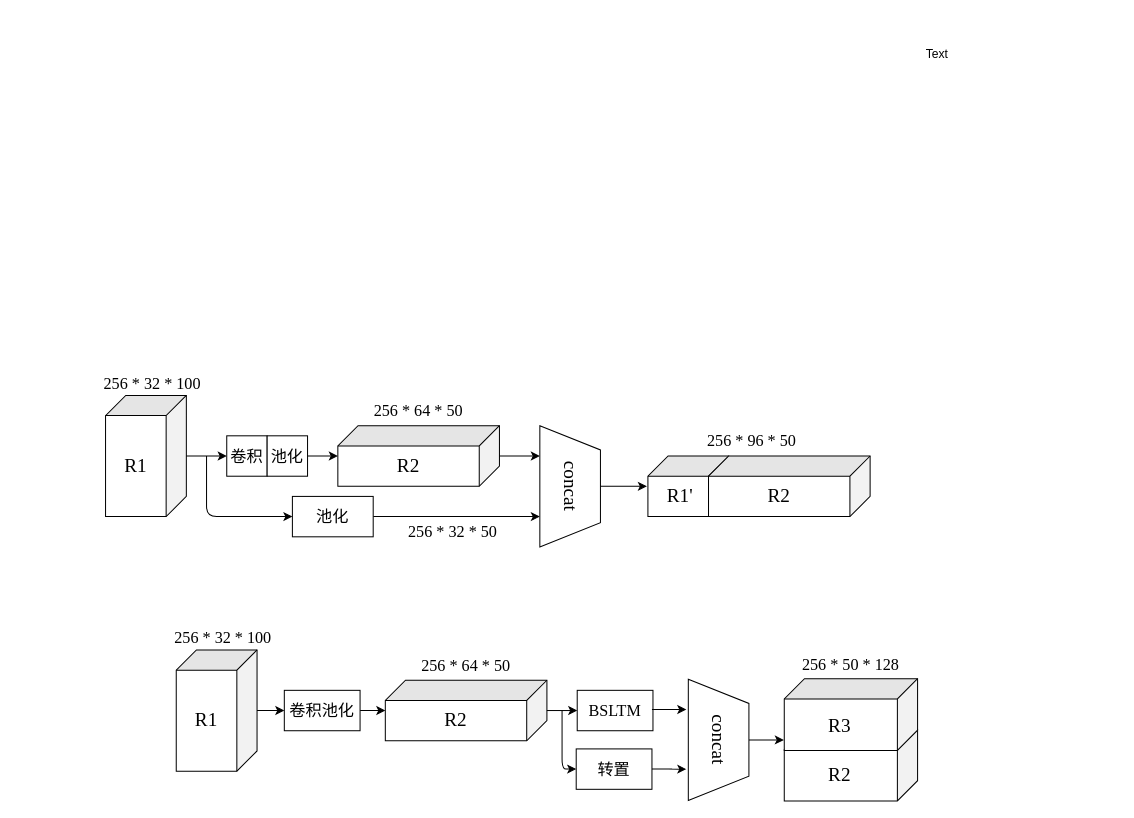
ByronGe/ff keeps this draw.io diagram as 多尺度特征融合.drawio. Above is the earlier version. Source tidied: cells renumbered, new cells numbered last; positions are measured from the earlier drawing's top-left corner, leaving out a move shared by most shapes. Both pictures are drawn from the tidied source at 101%, with x=0, y=0 at pixel (85, 43).
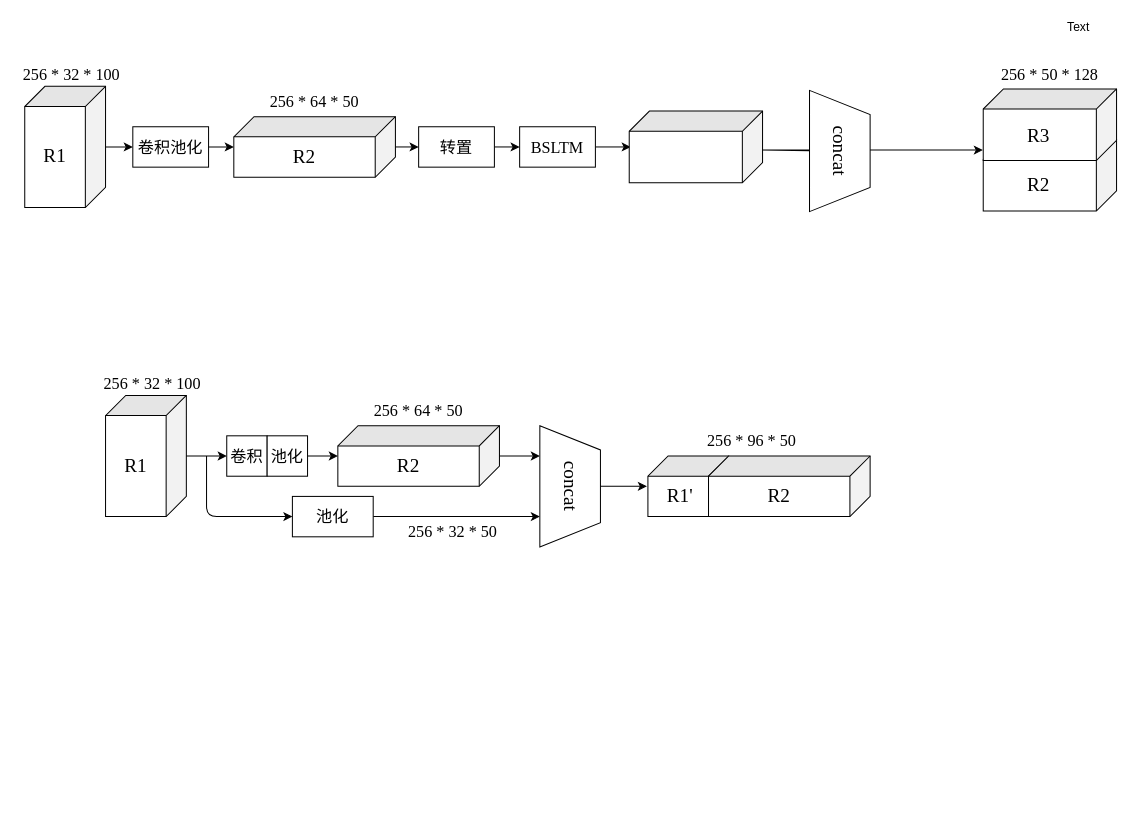
After the change.

Commit message:
Update 多尺度特征融合.drawio

The edit, as a diff of the source:
```diff
@@
     <mxCell id="25" style="shape=cube;whiteSpace=wrap;html=1;boundedLbl=1;backgroundOutline=1;darkOpacity=0.05;darkOpacity2=0.1;rotation=90;fontFamily=Times New Roman;" parent="1" vertex="1">
-      <mxGeometry x="70" y="620" width="120" height="80" as="geometry" />
+      <mxGeometry x="-80" y="62" width="120" height="80" as="geometry" />
     </mxCell>
     <mxCell id="26" style="shape=cube;whiteSpace=wrap;html=1;boundedLbl=1;backgroundOutline=1;darkOpacity=0.05;darkOpacity2=0.1;rotation=90;fontFamily=Times New Roman;" parent="1" vertex="1">
-      <mxGeometry x="347" y="580" width="60" height="160" as="geometry" />
+      <mxGeometry x="197" y="22" width="60" height="160" as="geometry" />
     </mxCell>
     <mxCell id="27" value="&lt;font style=&quot;vertical-align: inherit ; font-size: 16px&quot;&gt;&lt;font style=&quot;vertical-align: inherit ; font-size: 16px&quot;&gt;256 * 32 * 100&lt;/font&gt;&lt;/font&gt;" style="text;html=1;strokeColor=none;fillColor=none;align=center;verticalAlign=middle;whiteSpace=wrap;rounded=0;fontFamily=Times New Roman;fontSize=16;" parent="1" vertex="1">
-      <mxGeometry x="83" y="578" width="107" height="20" as="geometry" />
+      <mxGeometry x="-67" y="20" width="107" height="20" as="geometry" />
     </mxCell>
     <mxCell id="28" value="&lt;font style=&quot;vertical-align: inherit ; font-size: 16px&quot;&gt;&lt;font style=&quot;vertical-align: inherit ; font-size: 16px&quot;&gt;&lt;font style=&quot;vertical-align: inherit ; font-size: 16px&quot;&gt;&lt;font style=&quot;vertical-align: inherit ; font-size: 16px&quot;&gt;256 * 64 * 50&lt;/font&gt;&lt;/font&gt;&lt;/font&gt;&lt;/font&gt;" style="text;html=1;strokeColor=none;fillColor=none;align=center;verticalAlign=middle;whiteSpace=wrap;rounded=0;fontFamily=Times New Roman;fontSize=16;" parent="1" vertex="1">
-      <mxGeometry x="322" y="605" width="110" height="20" as="geometry" />
+      <mxGeometry x="172" y="47" width="110" height="20" as="geometry" />
     </mxCell>
     <mxCell id="29" value="&lt;font style=&quot;font-size: 19px&quot;&gt;R1&lt;/font&gt;" style="text;html=1;strokeColor=none;fillColor=none;align=center;verticalAlign=middle;whiteSpace=wrap;rounded=0;fontFamily=Times New Roman;" parent="1" vertex="1">
-      <mxGeometry x="100" y="660" width="40" height="20" as="geometry" />
+      <mxGeometry x="-50" y="100" width="40" height="22" as="geometry" />
     </mxCell>
     <mxCell id="30" value="R2" style="text;html=1;strokeColor=none;fillColor=none;align=center;verticalAlign=middle;whiteSpace=wrap;rounded=0;fontFamily=Times New Roman;fontSize=19;" parent="1" vertex="1">
-      <mxGeometry x="347" y="660" width="40" height="20" as="geometry" />
+      <mxGeometry x="197" y="102" width="40" height="20" as="geometry" />
     </mxCell>
     <mxCell id="31" value="卷积池化" style="rounded=0;whiteSpace=wrap;html=1;fontFamily=Times New Roman;fontSize=16;" parent="1" vertex="1">
-      <mxGeometry x="197" y="640" width="75" height="40" as="geometry" />
+      <mxGeometry x="47" y="82" width="75" height="40" as="geometry" />
     </mxCell>
@@
+    <mxCell id="47" style="edgeStyle=orthogonalEdgeStyle;rounded=0;jettySize=auto;html=1;" parent="1" edge="1" source="33">
+      <mxGeometry relative="1" as="geometry">
+        <mxPoint x="540" y="102" as="targetPoint" />
+      </mxGeometry>
+    </mxCell>
     <mxCell id="33" value="BSLTM" style="rounded=0;whiteSpace=wrap;html=1;fontFamily=Times New Roman;fontSize=16;" parent="1" vertex="1">
-      <mxGeometry x="487" y="640" width="75" height="40" as="geometry" />
+      <mxGeometry x="430" y="82" width="75" height="40" as="geometry" />
     </mxCell>
     <mxCell id="34" value="Text" style="text;html=1;align=center;verticalAlign=middle;" parent="1" vertex="1">
-      <mxGeometry x="823" width="40" height="20" as="geometry" />
+      <mxGeometry x="963" y="-26" width="40" height="20" as="geometry" />
     </mxCell>
-    <mxCell id="35" style="endArrow=classic;html=1;entryX=0;entryY=0.5;entryDx=0;entryDy=0;" parent="1" edge="1" source="26" target="33">
+    <mxCell id="35" style="endArrow=classic;html=1;entryX=0;entryY=0.5;entryDx=0;entryDy=0;" parent="1" edge="1" source="37" target="33">
       <mxGeometry relative="1" as="geometry" />
     </mxCell>
-    <mxCell id="36" style="edgeStyle=orthogonalEdgeStyle;rounded=0;jettySize=auto;html=1;entryX=0.742;entryY=1.033;entryDx=0;entryDy=0;entryPerimeter=0;" parent="1" edge="1" source="37" target="45">
-      <mxGeometry relative="1" as="geometry" />
-    </mxCell>
-    <mxCell id="37" value="转置" style="rounded=0;whiteSpace=wrap;html=1;fontFamily=Times New Roman;fontSize=16;" parent="1" vertex="1">
-      <mxGeometry x="486" y="698" width="75" height="40" as="geometry" />
-    </mxCell>
-    <mxCell id="38" style="endArrow=classic;html=1;entryX=0;entryY=0.5;entryDx=0;entryDy=0;" parent="1" edge="1" target="37">
-      <mxGeometry relative="1" as="geometry">
-        <mxPoint x="472" y="660" as="sourcePoint" />
-        <Array as="points">
-          <mxPoint x="472" y="718" />
-        </Array>
-      </mxGeometry>
-    </mxCell>
     <mxCell id="39" value="&lt;font style=&quot;vertical-align: inherit ; font-size: 16px&quot;&gt;&lt;font style=&quot;vertical-align: inherit ; font-size: 16px&quot;&gt;&lt;font style=&quot;vertical-align: inherit ; font-size: 16px&quot;&gt;&lt;font style=&quot;vertical-align: inherit ; font-size: 16px&quot;&gt;256 * 50 * 128&lt;/font&gt;&lt;/font&gt;&lt;/font&gt;&lt;/font&gt;" style="text;html=1;strokeColor=none;fillColor=none;align=center;verticalAlign=middle;whiteSpace=wrap;rounded=0;fontFamily=Times New Roman;fontSize=16;" parent="1" vertex="1">
-      <mxGeometry x="703" y="604" width="110" height="20" as="geometry" />
+      <mxGeometry x="900" y="20" width="110" height="20" as="geometry" />
     </mxCell>
     <mxCell id="40" style="shape=cube;whiteSpace=wrap;html=1;boundedLbl=1;backgroundOutline=1;darkOpacity=0.05;darkOpacity2=0.1;rotation=90;fontFamily=Times New Roman;" parent="1" vertex="1">
-      <mxGeometry x="722.5" y="648" width="71" height="132" as="geometry" />
+      <mxGeometry x="919.5" y="64" width="71" height="132" as="geometry" />
     </mxCell>
     <mxCell id="41" style="shape=cube;whiteSpace=wrap;html=1;boundedLbl=1;backgroundOutline=1;darkOpacity=0.05;darkOpacity2=0.1;rotation=90;fontFamily=Times New Roman;" parent="1" vertex="1">
-      <mxGeometry x="722.5" y="598" width="71" height="132" as="geometry" />
+      <mxGeometry x="919.5" y="14" width="71" height="132" as="geometry" />
     </mxCell>
     <mxCell id="42" value="R2" style="text;html=1;strokeColor=none;fillColor=none;align=center;verticalAlign=middle;whiteSpace=wrap;rounded=0;fontFamily=Times New Roman;fontSize=19;" parent="1" vertex="1">
-      <mxGeometry x="726.5" y="714" width="40" height="20" as="geometry" />
+      <mxGeometry x="923.5" y="130" width="40" height="20" as="geometry" />
     </mxCell>
     <mxCell id="43" value="R3" style="text;html=1;strokeColor=none;fillColor=none;align=center;verticalAlign=middle;whiteSpace=wrap;rounded=0;fontFamily=Times New Roman;fontSize=19;" parent="1" vertex="1">
-      <mxGeometry x="726.5" y="666" width="40" height="20" as="geometry" />
+      <mxGeometry x="923.5" y="82" width="40" height="20" as="geometry" />
     </mxCell>
     <mxCell id="44" style="edgeStyle=orthogonalEdgeStyle;rounded=0;jettySize=auto;html=1;entryX=0.854;entryY=1.003;entryDx=0;entryDy=0;entryPerimeter=0;" parent="1" edge="1" source="45" target="41">
       <mxGeometry relative="1" as="geometry">
         <Array as="points">
-          <mxPoint x="677" y="689" />
+          <mxPoint x="667" y="105" />
         </Array>
       </mxGeometry>
     </mxCell>
     <mxCell id="45" value="&lt;font style=&quot;font-size: 19px&quot;&gt;concat&lt;/font&gt;" style="shape=trapezoid;perimeter=trapezoidPerimeter;whiteSpace=wrap;html=1;rotation=90;fontFamily=Times New Roman;fontSize=16;" parent="1" vertex="1">
-      <mxGeometry x="567" y="659" width="120" height="60" as="geometry" />
+      <mxGeometry x="687" y="76" width="120" height="60" as="geometry" />
     </mxCell>
-    <mxCell id="46" style="edgeStyle=orthogonalEdgeStyle;rounded=0;orthogonalLoop=1;jettySize=auto;html=1;entryX=0.742;entryY=1.033;entryDx=0;entryDy=0;entryPerimeter=0;" parent="1" edge="1">
-      <mxGeometry relative="1" as="geometry">
-        <mxPoint x="561" y="659" as="sourcePoint" />
-        <mxPoint x="595" y="659" as="targetPoint" />
-      </mxGeometry>
-    </mxCell>
+    <mxCell id="37" value="转置" style="rounded=0;whiteSpace=wrap;html=1;fontFamily=Times New Roman;fontSize=16;" parent="1" vertex="1">
+      <mxGeometry x="330" y="82" width="75" height="40" as="geometry" />
+    </mxCell>
+    <mxCell id="48" style="endArrow=classic;html=1;entryX=0;entryY=0.5;entryDx=0;entryDy=0;" parent="1" edge="1" source="26" target="37">
+      <mxGeometry relative="1" as="geometry" />
+    </mxCell>
+    <mxCell id="49" style="shape=cube;whiteSpace=wrap;html=1;boundedLbl=1;backgroundOutline=1;darkOpacity=0.05;darkOpacity2=0.1;rotation=90;fontFamily=Times New Roman;" parent="1" vertex="1">
+      <mxGeometry x="569" y="36" width="71" height="132" as="geometry" />
+    </mxCell>
```
